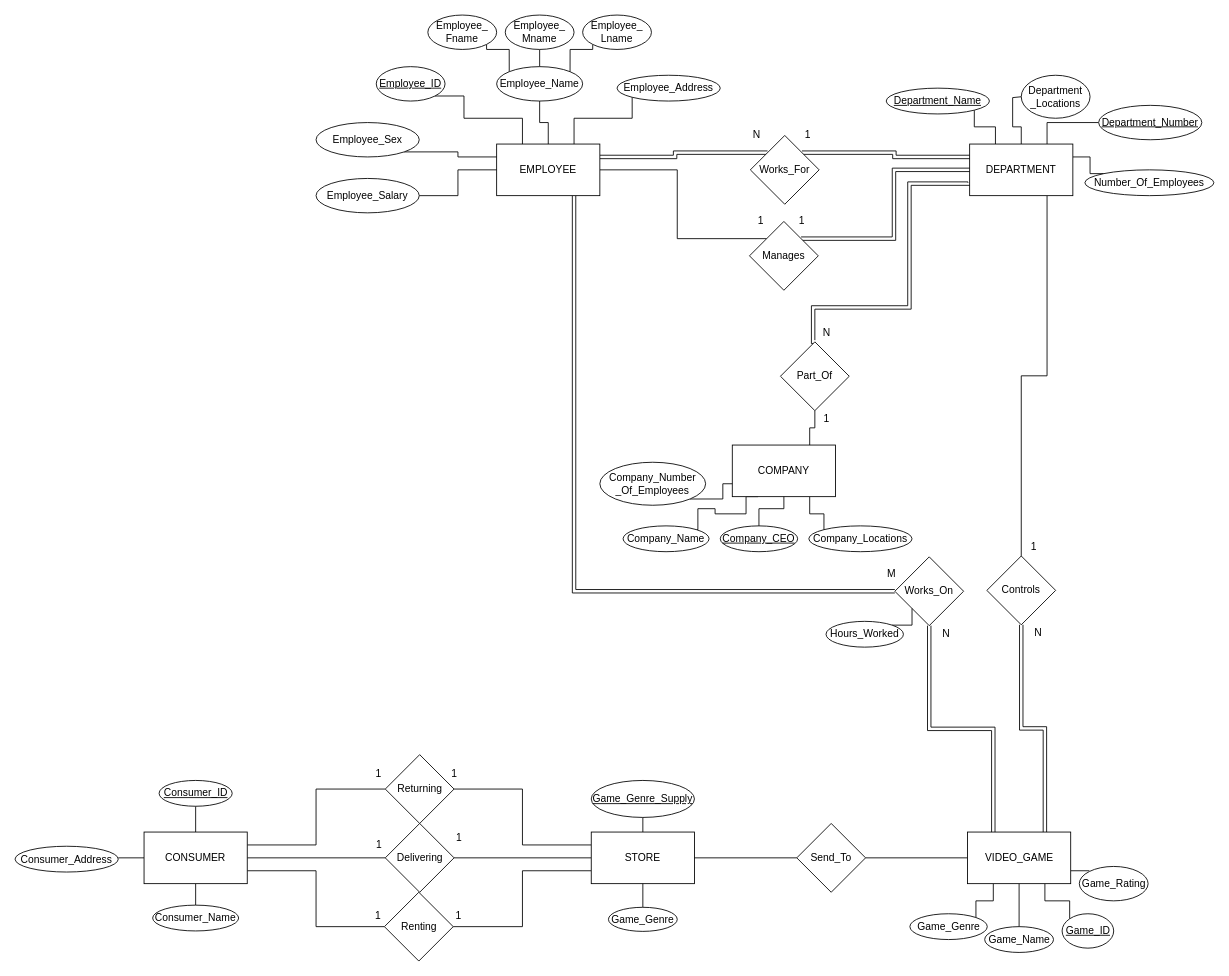
This is page "ER_Diagram" (1 of 2) of Computer_Science_CS/4700_Database_Management/Database Management Project Enitity Relationship Diagram.drawio from CameronWFox/College_Courses, a draw.io file, before an edit. Source tidied: cells renumbered, new cells numbered last; positions are measured from the earlier drawing's top-left corner, leaving out a move shared by most shapes. Both pictures are drawn from the tidied source at 86%, with x=0, y=0 at pixel (15, 15).
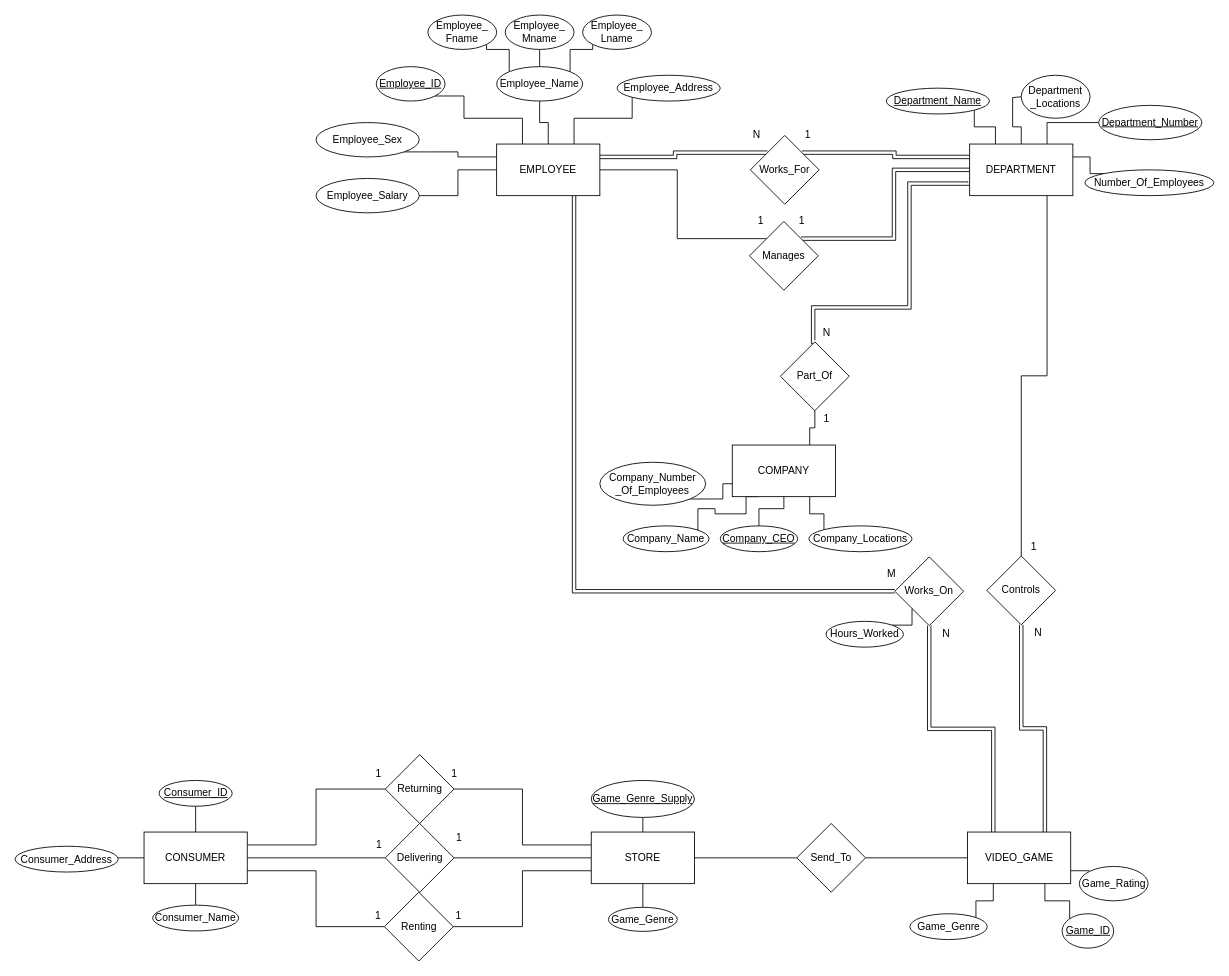
Above is the later version.

The change refers to these unchanged cells:
```xml
<mxCell id="28" value="VIDEO_GAME" style="rounded=0;whiteSpace=wrap;html=1;" parent="1" vertex="1">
  <mxGeometry x="1107.5" y="950" width="120" height="60" as="geometry" />
</mxCell>
```

Change to the diagram source:
```diff
@@
-    <mxCell id="25" style="edgeStyle=orthogonalEdgeStyle;rounded=0;jettySize=auto;html=1;exitX=0.5;exitY=1;exitDx=0;exitDy=0;entryX=0.5;entryY=0;entryDx=0;entryDy=0;endArrow=none;endFill=0;" parent="1" edge="1" source="28" target="40">
-      <mxGeometry relative="1" as="geometry" />
-    </mxCell>
@@
-    <mxCell id="40" value="Game_Name" style="ellipse;whiteSpace=wrap;html=1;" parent="1" vertex="1">
-      <mxGeometry x="1127.5" y="1060" width="80" height="30" as="geometry" />
-    </mxCell>
```
